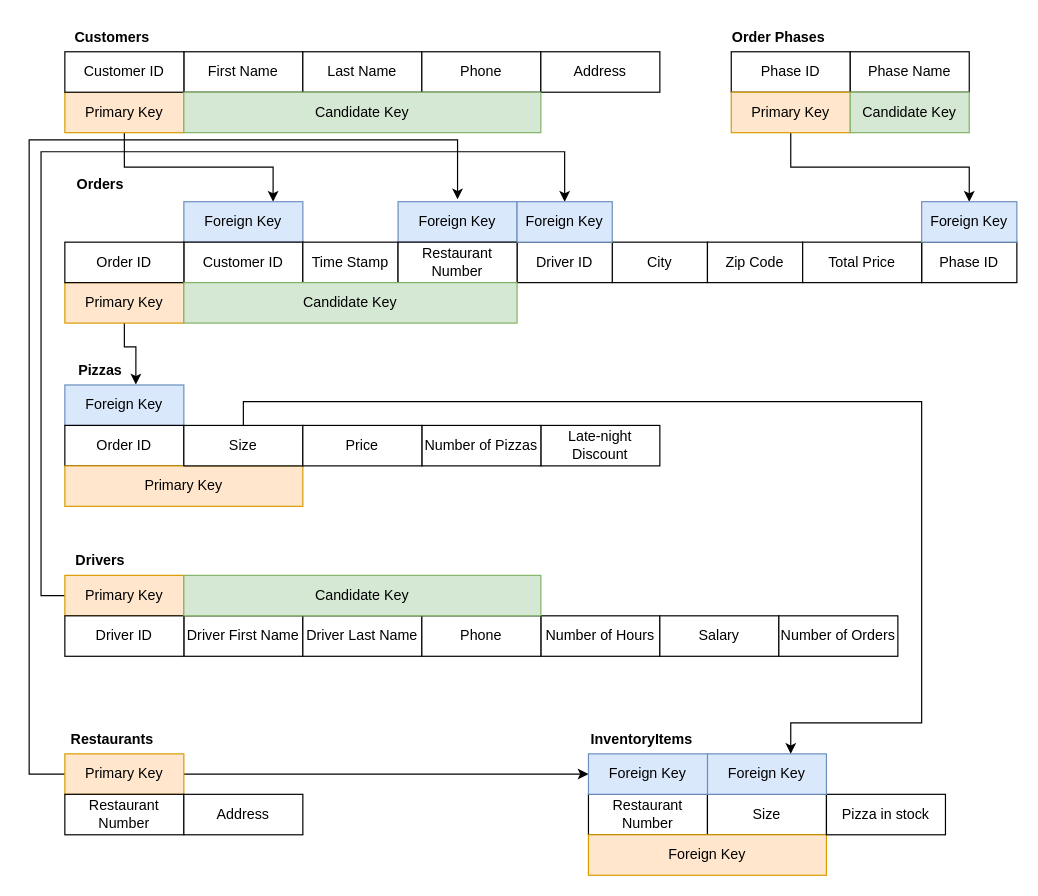
This is page "Second Relation Scheme" (4 of 4) of Project01.drawio from thanhnguyen210299/CSULB-CECS-323, a draw.io file, before an edit. Source tidied: cells renumbered, new cells numbered last; positions are measured from the earlier drawing's top-left corner, leaving out a move shared by most shapes. Both pictures are drawn from the tidied source at 119%, with x=0, y=0 at pixel (29, 20).
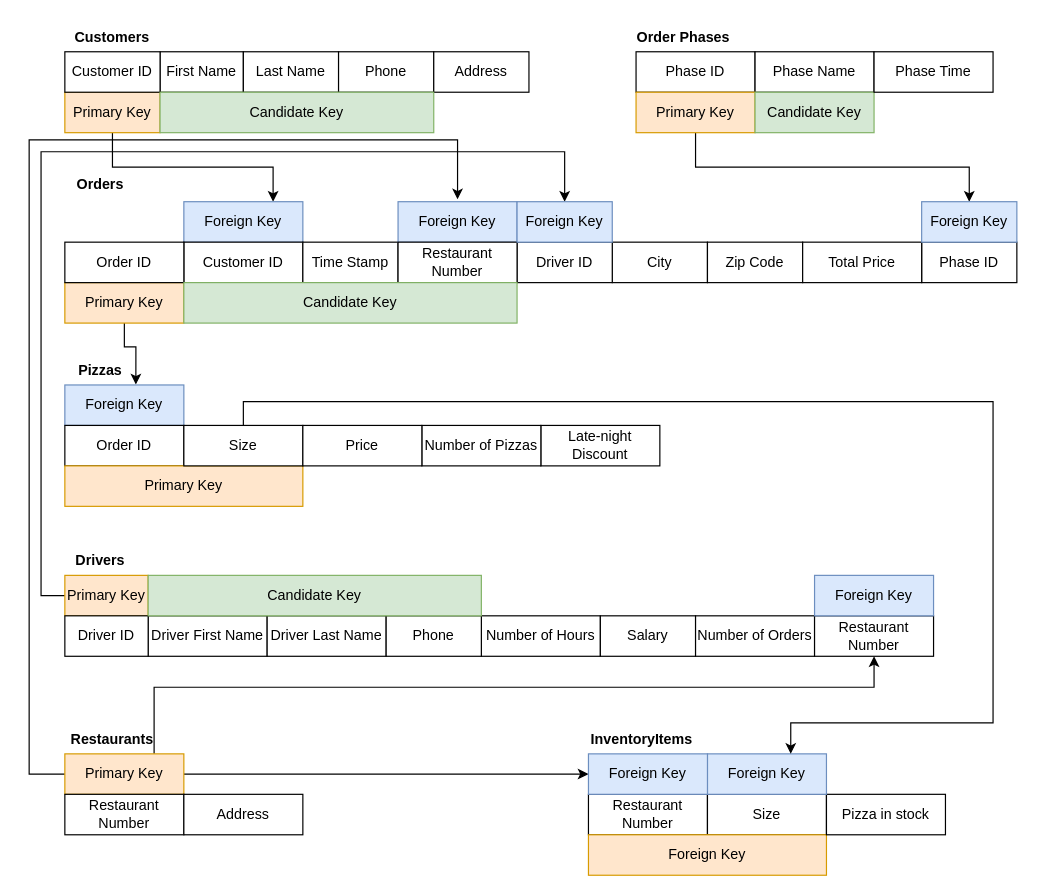
Above is the later version.

The change refers to these unchanged cells:
```xml
<mxCell id="33" value="Primary Key" style="rounded=0;whiteSpace=wrap;html=1;fillColor=#ffe6cc;strokeColor=#d79b00;" parent="1" vertex="1">
  <mxGeometry x="30" y="616" width="100" height="34" as="geometry" />
</mxCell>
<mxCell id="51" value="Size" style="rounded=0;whiteSpace=wrap;html=1;" parent="1" vertex="1">
  <mxGeometry x="130" y="340" width="100" height="34" as="geometry" />
</mxCell>
```

The edit, as a diff of the source:
```diff
@@
     <mxCell id="3" value="First Name" style="rounded=0;whiteSpace=wrap;html=1;" parent="1" vertex="1">
-      <mxGeometry x="130" y="26" width="100" height="34" as="geometry" />
+      <mxGeometry x="110" y="26" width="70" height="34" as="geometry" />
     </mxCell>
     <mxCell id="4" value="Last Name" style="rounded=0;whiteSpace=wrap;html=1;" parent="1" vertex="1">
-      <mxGeometry x="230" y="26" width="100" height="34" as="geometry" />
+      <mxGeometry x="180" y="26" width="80" height="34" as="geometry" />
     </mxCell>
     <mxCell id="5" value="Phone" style="rounded=0;whiteSpace=wrap;html=1;" parent="1" vertex="1">
-      <mxGeometry x="330" y="26" width="100" height="34" as="geometry" />
+      <mxGeometry x="260" y="26" width="80" height="34" as="geometry" />
     </mxCell>
     <mxCell id="6" value="Address" style="rounded=0;whiteSpace=wrap;html=1;" parent="1" vertex="1">
-      <mxGeometry x="430" y="26" width="100" height="34" as="geometry" />
+      <mxGeometry x="340" y="26" width="80" height="34" as="geometry" />
     </mxCell>
@@
     <mxCell id="10" value="Primary Key" style="rounded=0;whiteSpace=wrap;html=1;fillColor=#ffe6cc;strokeColor=#d79b00;" parent="1" vertex="1">
-      <mxGeometry x="30" y="60" width="100" height="34" as="geometry" />
+      <mxGeometry x="30" y="60" width="80" height="34" as="geometry" />
     </mxCell>
@@
     <mxCell id="21" value="Primary Key" style="rounded=0;whiteSpace=wrap;html=1;fillColor=#ffe6cc;strokeColor=#d79b00;" parent="1" vertex="1">
-      <mxGeometry x="30" y="466" width="100" height="34" as="geometry" />
+      <mxGeometry x="30" y="466" width="70" height="34" as="geometry" />
     </mxCell>
@@
     <mxCell id="23" value="Driver First Name" style="rounded=0;whiteSpace=wrap;html=1;" parent="1" vertex="1">
-      <mxGeometry x="130" y="500" width="100" height="34" as="geometry" />
+      <mxGeometry x="100" y="500" width="100" height="34" as="geometry" />
     </mxCell>
     <mxCell id="24" value="Driver Last Name" style="rounded=0;whiteSpace=wrap;html=1;" parent="1" vertex="1">
-      <mxGeometry x="230" y="500" width="100" height="34" as="geometry" />
+      <mxGeometry x="200" y="500" width="100" height="34" as="geometry" />
     </mxCell>
     <mxCell id="25" value="Number of Hours" style="rounded=0;whiteSpace=wrap;html=1;" parent="1" vertex="1">
-      <mxGeometry x="430" y="500" width="100" height="34" as="geometry" />
+      <mxGeometry x="380" y="500" width="100" height="34" as="geometry" />
     </mxCell>
     <mxCell id="26" value="Salary" style="rounded=0;whiteSpace=wrap;html=1;" parent="1" vertex="1">
-      <mxGeometry x="530" y="500" width="100" height="34" as="geometry" />
+      <mxGeometry x="480" y="500" width="80" height="34" as="geometry" />
     </mxCell>
     <mxCell id="27" value="Phone" style="rounded=0;whiteSpace=wrap;html=1;" parent="1" vertex="1">
-      <mxGeometry x="330" y="500" width="100" height="34" as="geometry" />
+      <mxGeometry x="300" y="500" width="80" height="34" as="geometry" />
     </mxCell>
@@
+    <mxCell id="67" style="edgeStyle=orthogonalEdgeStyle;rounded=0;jettySize=auto;html=1;exitX=0.75;exitY=0;exitDx=0;exitDy=0;entryX=0.5;entryY=1;entryDx=0;entryDy=0;" parent="1" edge="1" source="33" target="69">
+      <mxGeometry relative="1" as="geometry">
+        <Array as="points">
+          <mxPoint x="105" y="560" />
+          <mxPoint x="710" y="560" />
+        </Array>
+      </mxGeometry>
+    </mxCell>
@@
     <mxCell id="50" style="edgeStyle=orthogonalEdgeStyle;rounded=0;jettySize=auto;html=1;exitX=0.5;exitY=0;exitDx=0;exitDy=0;" parent="1" edge="1" source="51">
       <mxGeometry relative="1" as="geometry">
         <mxPoint x="640" y="616" as="targetPoint" />
         <Array as="points">
           <mxPoint x="180" y="320" />
-          <mxPoint x="750" y="320" />
-          <mxPoint x="750" y="590" />
+          <mxPoint x="810" y="320" />
+          <mxPoint x="810" y="590" />
           <mxPoint x="640" y="590" />
         </Array>
       </mxGeometry>
     </mxCell>
@@
     <mxCell id="53" value="Customer ID" style="rounded=0;whiteSpace=wrap;html=1;" parent="1" vertex="1">
-      <mxGeometry x="30" y="26" width="100" height="34" as="geometry" />
+      <mxGeometry x="30" y="26" width="80" height="34" as="geometry" />
     </mxCell>
     <mxCell id="54" value="Driver ID" style="rounded=0;whiteSpace=wrap;html=1;" parent="1" vertex="1">
-      <mxGeometry x="30" y="500" width="100" height="34" as="geometry" />
+      <mxGeometry x="30" y="500" width="70" height="34" as="geometry" />
     </mxCell>
@@
     <mxCell id="56" value="Candidate Key" style="rounded=0;whiteSpace=wrap;html=1;fillColor=#d5e8d4;strokeColor=#82b366;" parent="1" vertex="1">
-      <mxGeometry x="130" y="60" width="300" height="34" as="geometry" />
+      <mxGeometry x="110" y="60" width="230" height="34" as="geometry" />
     </mxCell>
     <mxCell id="57" value="Candidate Key" style="rounded=0;whiteSpace=wrap;html=1;fillColor=#d5e8d4;strokeColor=#82b366;" parent="1" vertex="1">
-      <mxGeometry x="130" y="466" width="300" height="34" as="geometry" />
+      <mxGeometry x="100" y="466" width="280" height="34" as="geometry" />
     </mxCell>
@@
     <mxCell id="59" value="Number of Orders" style="rounded=0;whiteSpace=wrap;html=1;" parent="1" vertex="1">
-      <mxGeometry x="630" y="500" width="100" height="34" as="geometry" />
+      <mxGeometry x="560" y="500" width="100" height="34" as="geometry" />
     </mxCell>
     <mxCell id="60" value="Order Phases" style="text;align=center;fontStyle=1;verticalAlign=middle;spacingLeft=3;spacingRight=3;strokeColor=none;" parent="1" vertex="1">
-      <mxGeometry x="590" width="80" height="26" as="geometry" />
+      <mxGeometry x="510" width="80" height="26" as="geometry" />
     </mxCell>
     <mxCell id="61" value="Phase ID" style="rounded=0;whiteSpace=wrap;html=1;" parent="1" vertex="1">
-      <mxGeometry x="590" y="26" width="100" height="34" as="geometry" />
+      <mxGeometry x="510" y="26" width="100" height="34" as="geometry" />
     </mxCell>
     <mxCell id="62" value="Phase Name" style="rounded=0;whiteSpace=wrap;html=1;" parent="1" vertex="1">
-      <mxGeometry x="690" y="26" width="100" height="34" as="geometry" />
+      <mxGeometry x="610" y="26" width="100" height="34" as="geometry" />
     </mxCell>
@@
     <mxCell id="64" value="Primary Key" style="rounded=0;whiteSpace=wrap;html=1;fillColor=#ffe6cc;strokeColor=#d79b00;" parent="1" vertex="1">
-      <mxGeometry x="590" y="60" width="100" height="34" as="geometry" />
+      <mxGeometry x="510" y="60" width="100" height="34" as="geometry" />
     </mxCell>
     <mxCell id="65" value="Candidate Key" style="rounded=0;whiteSpace=wrap;html=1;fillColor=#d5e8d4;strokeColor=#82b366;" parent="1" vertex="1">
-      <mxGeometry x="690" y="60" width="100" height="34" as="geometry" />
+      <mxGeometry x="610" y="60" width="100" height="34" as="geometry" />
     </mxCell>
@@
+    <mxCell id="68" value="Phase Time" style="rounded=0;whiteSpace=wrap;html=1;" parent="1" vertex="1">
+      <mxGeometry x="710" y="26" width="100" height="34" as="geometry" />
+    </mxCell>
+    <mxCell id="69" value="Restaurant Number" style="rounded=0;whiteSpace=wrap;html=1;" parent="1" vertex="1">
+      <mxGeometry x="660" y="500" width="100" height="34" as="geometry" />
+    </mxCell>
+    <mxCell id="70" value="Foreign Key" style="rounded=0;whiteSpace=wrap;html=1;fillColor=#dae8fc;strokeColor=#6c8ebf;" parent="1" vertex="1">
+      <mxGeometry x="660" y="466" width="100" height="34" as="geometry" />
+    </mxCell>
```
